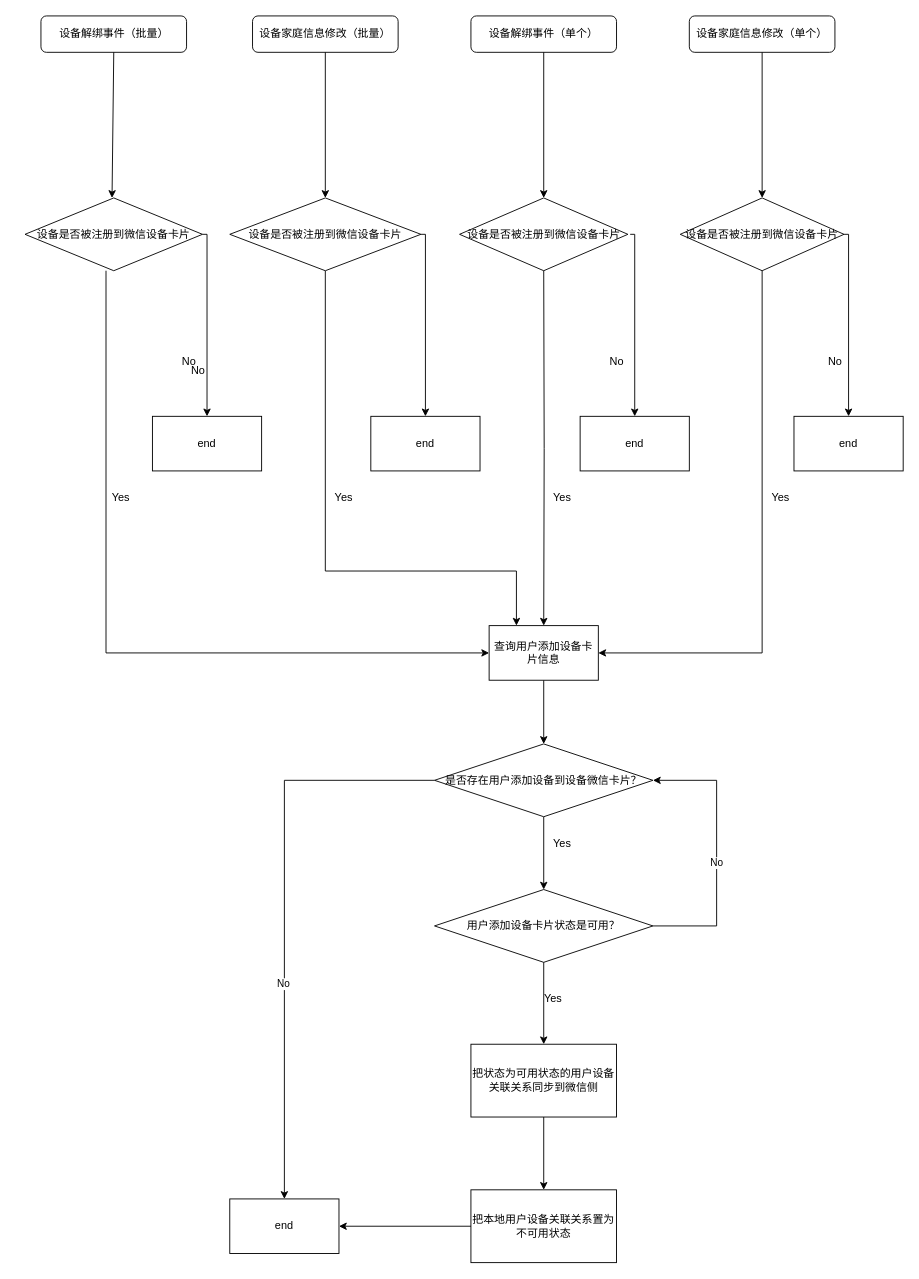
Earlier version of the draw.io diagram page "设备状态变更" (3 of 4) of 注销后撤回或被驳回.drawio (lizhenghui337/draw). Source tidied: cells renumbered, new cells numbered last; positions are measured from the earlier drawing's top-left corner, leaving out a move shared by most shapes. Both pictures are drawn from the tidied source at 91%, with x=0, y=0 at pixel (25, 15).
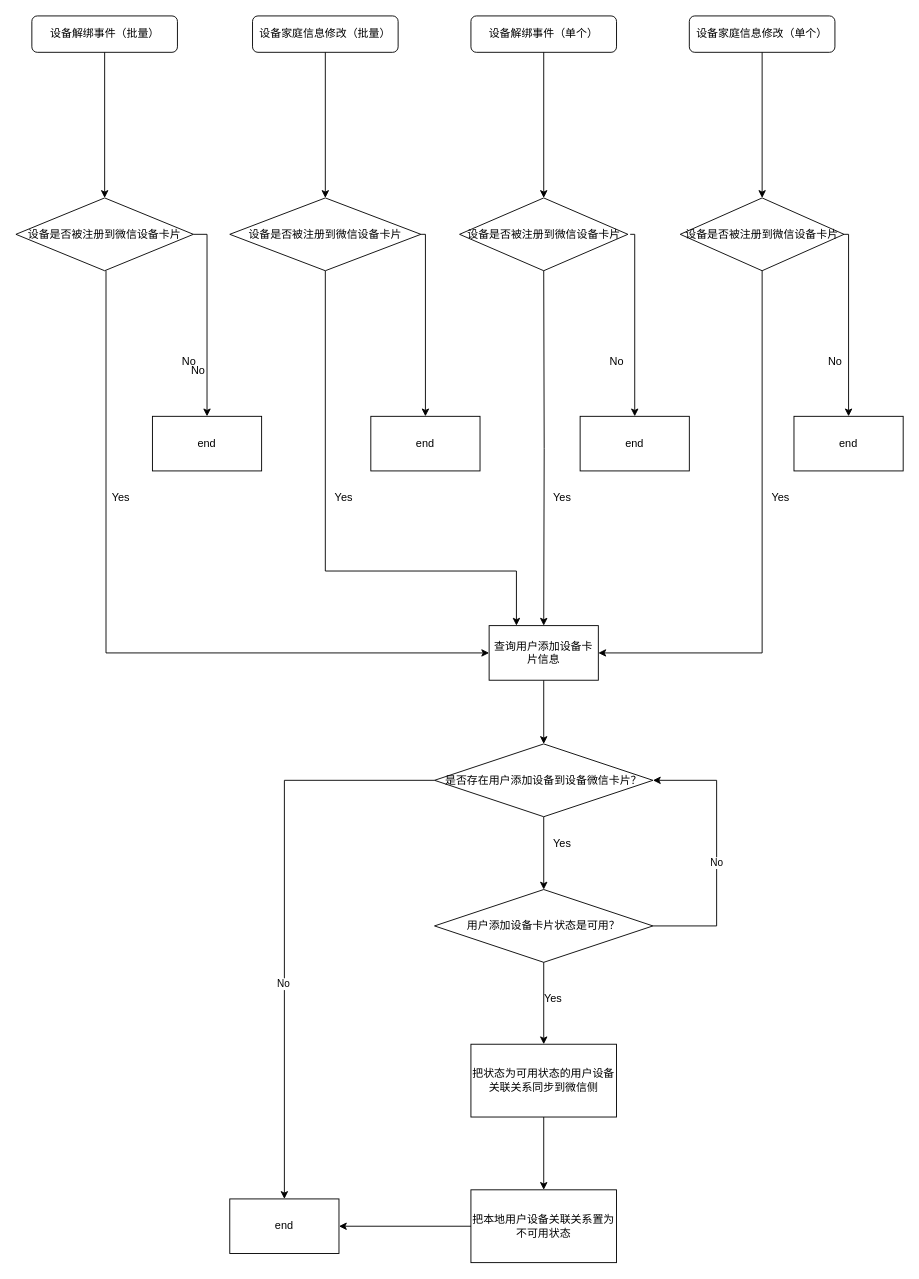
After the change.

Diff of the diagram source:
```diff
@@
     <mxCell id="4" value="设备解绑事件（批量）" style="rounded=1;whiteSpace=wrap;html=1;" parent="1" vertex="1">
-      <mxGeometry x="17.5" width="160" height="40" as="geometry" />
+      <mxGeometry x="7.5" width="160" height="40" as="geometry" />
     </mxCell>
@@
-    <mxCell id="9" style="endArrow=classic;html=1;rounded=0;exitX=0.5;exitY=1;exitDx=0;exitDy=0;entryX=0.452;entryY=0;entryDx=0;entryDy=0;entryPerimeter=0;" parent="1" edge="1" source="4">
-      <mxGeometry relative="1" as="geometry">
-        <mxPoint x="95.6" y="200" as="targetPoint" />
-      </mxGeometry>
+    <mxCell id="9" style="endArrow=classic;html=1;rounded=0;exitX=0.5;exitY=1;exitDx=0;exitDy=0;entryX=0.5;entryY=0;entryDx=0;entryDy=0;" parent="1" edge="1" source="4" target="17">
+      <mxGeometry relative="1" as="geometry" />
     </mxCell>
@@
     <mxCell id="17" value="设备是否被注册到微信设备卡片" style="rhombus;whiteSpace=wrap;html=1;" parent="1" vertex="1">
-      <mxGeometry y="200" width="195" height="80" as="geometry" />
+      <mxGeometry x="-10" y="200" width="195" height="80" as="geometry" />
     </mxCell>
```
